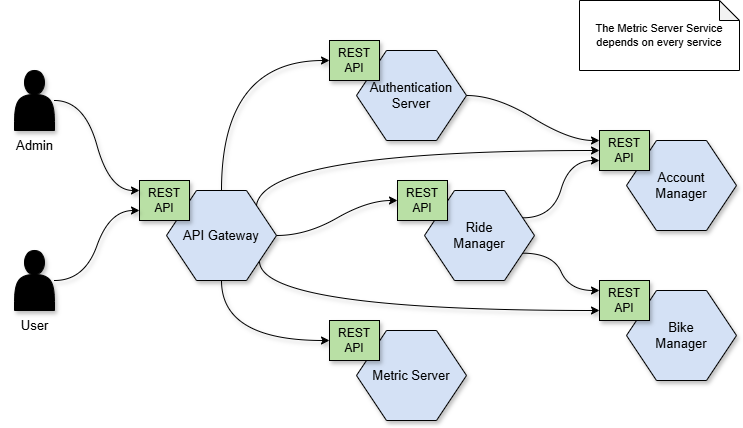
The draw.io diagram doc/img/SAP-ASS02-arch.drawio.png in RavaMichi/SAP-Ass02, before a commit. Source tidied: cells renumbered, new cells last; positions are measured from the earlier drawing's top-left corner, leaving out a move shared by most shapes.
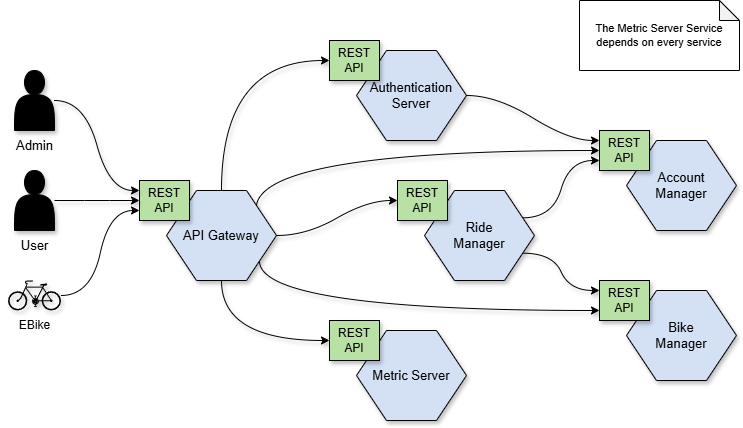
After the commit.

Change to the diagram source:
```diff
@@ -49,14 +49,14 @@
     <mxCell id="14" value="Admin" style="text;html=1;align=center;verticalAlign=middle;strokeColor=none;fillColor=none;fontFamily=Helvetica;fontSize=13;fontColor=default;labelBackgroundColor=default;shadow=1;glass=0;" parent="1" vertex="1">
       <mxGeometry y="130" width="60" height="30" as="geometry" />
     </mxCell>
-    <mxCell id="15" style="edgeStyle=entityRelationEdgeStyle;shape=connector;rounded=0;jettySize=auto;html=1;strokeColor=default;align=center;verticalAlign=middle;fontFamily=Helvetica;fontSize=11;fontColor=default;labelBackgroundColor=default;endArrow=classic;curved=1;entryX=0;entryY=0.75;entryDx=0;entryDy=0;entryPerimeter=0;shadow=1;" parent="1" edge="1" source="16" target="8">
+    <mxCell id="15" style="edgeStyle=entityRelationEdgeStyle;shape=connector;rounded=0;jettySize=auto;html=1;strokeColor=default;align=center;verticalAlign=middle;fontFamily=Helvetica;fontSize=11;fontColor=default;labelBackgroundColor=default;endArrow=classic;curved=1;entryX=0;entryY=0.5;entryDx=0;entryDy=0;shadow=1;" parent="1" edge="1" source="16" target="8">
       <mxGeometry relative="1" as="geometry" />
     </mxCell>
     <mxCell id="16" style="shape=actor;whiteSpace=wrap;html=1;fontFamily=Helvetica;fontSize=11;fontColor=default;labelBackgroundColor=default;fillColor=#000000;shadow=1;" parent="1" vertex="1">
-      <mxGeometry x="10" y="250" width="40" height="60" as="geometry" />
+      <mxGeometry x="10" y="170" width="40" height="60" as="geometry" />
     </mxCell>
     <mxCell id="17" value="User" style="text;html=1;align=center;verticalAlign=middle;strokeColor=none;fillColor=none;fontFamily=Helvetica;fontSize=13;fontColor=default;labelBackgroundColor=default;shadow=1;" parent="1" vertex="1">
-      <mxGeometry x="5" y="310" width="50" height="30" as="geometry" />
+      <mxGeometry x="5" y="230" width="50" height="30" as="geometry" />
     </mxCell>
     <mxCell id="18" value="The Metric Server Service depends on every service" style="shape=note;whiteSpace=wrap;html=1;backgroundOutline=1;darkOpacity=0.05;fontFamily=Helvetica;fontSize=11;fontColor=default;labelBackgroundColor=default;size=20;align=center;" parent="1" vertex="1">
       <mxGeometry x="575" width="160" height="70" as="geometry" />
@@ -106,5 +106,17 @@
     <mxCell id="33" value="REST&lt;br&gt;API" style="rounded=0;whiteSpace=wrap;html=1;fillColor=#B9E0A5;shadow=1;" parent="31" vertex="1">
       <mxGeometry width="50" height="40" as="geometry" />
     </mxCell>
+    <mxCell id="34" style="group;shadow=1;" parent="1" vertex="1">
+      <mxGeometry x="3.5" y="280" width="53" height="60" as="geometry" />
+    </mxCell>
+    <mxCell id="35" style="shape=mxgraph.signs.transportation.bicycle_2;html=1;fillColor=#000000;strokeColor=none;verticalLabelPosition=bottom;verticalAlign=top;align=center;sketch=0;strokeWidth=1;perimeterSpacing=0;shadow=1;" parent="34" vertex="1">
+      <mxGeometry width="53" height="30" as="geometry" />
+    </mxCell>
+    <mxCell id="36" value="EBike" style="text;html=1;align=center;verticalAlign=middle;strokeColor=none;fillColor=none;shadow=1;" parent="34" vertex="1">
+      <mxGeometry x="1.5" y="30" width="50" height="30" as="geometry" />
+    </mxCell>
+    <mxCell id="37" style="edgeStyle=entityRelationEdgeStyle;rounded=0;jettySize=auto;html=1;entryX=0;entryY=0.75;entryDx=0;entryDy=0;curved=1;" parent="1" edge="1" source="35" target="8">
+      <mxGeometry relative="1" as="geometry" />
+    </mxCell>
   </root>
 </mxGraphModel>
```
